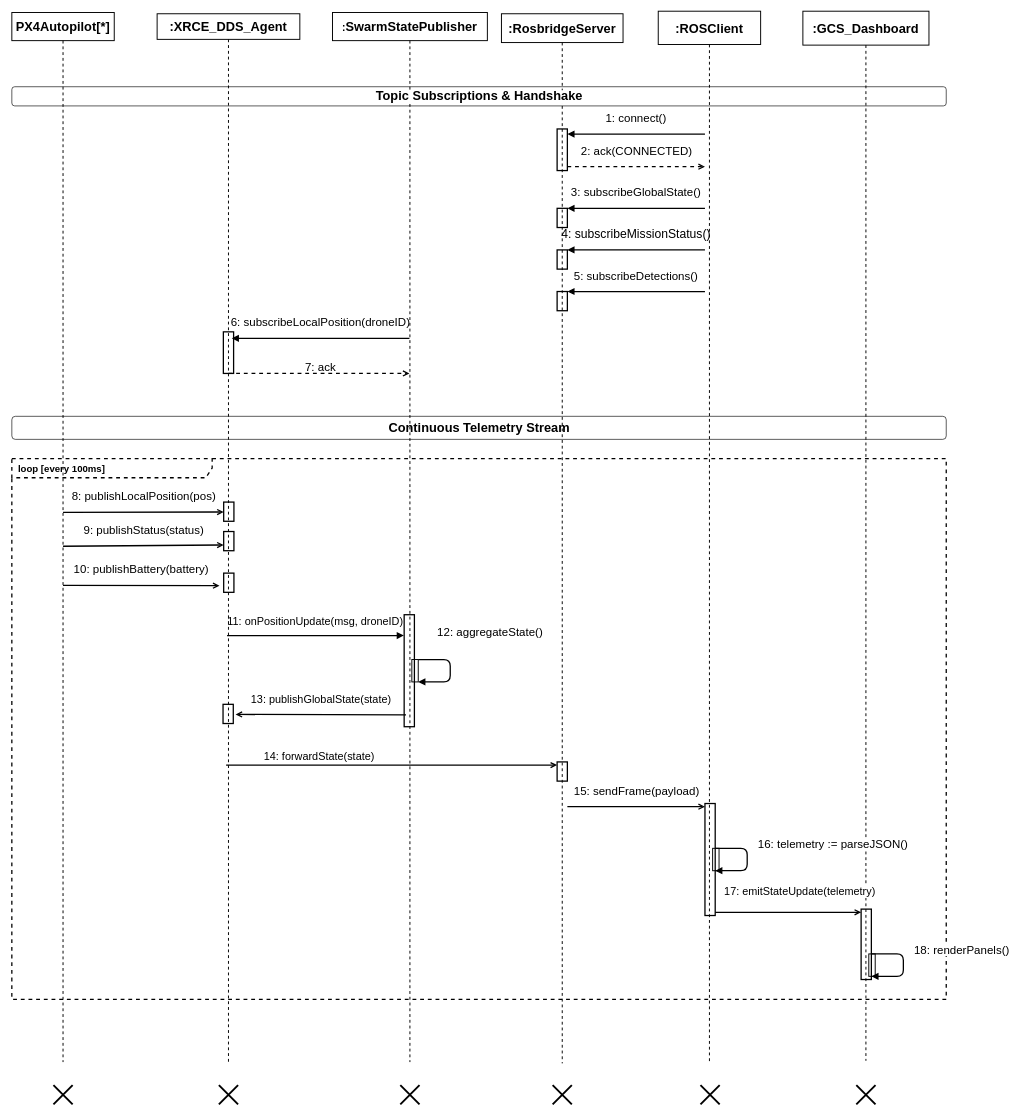
The draw.io diagram 12_sequence_telemetry.drawio in syedmohammad611/diagrams, before the edit. Source tidied: cells renumbered, new cells numbered last; positions are measured from the earlier drawing's top-left corner, leaving out a move shared by most shapes. Both pictures are drawn from the tidied source at 64%, with x=0, y=0 at pixel (12, 11).
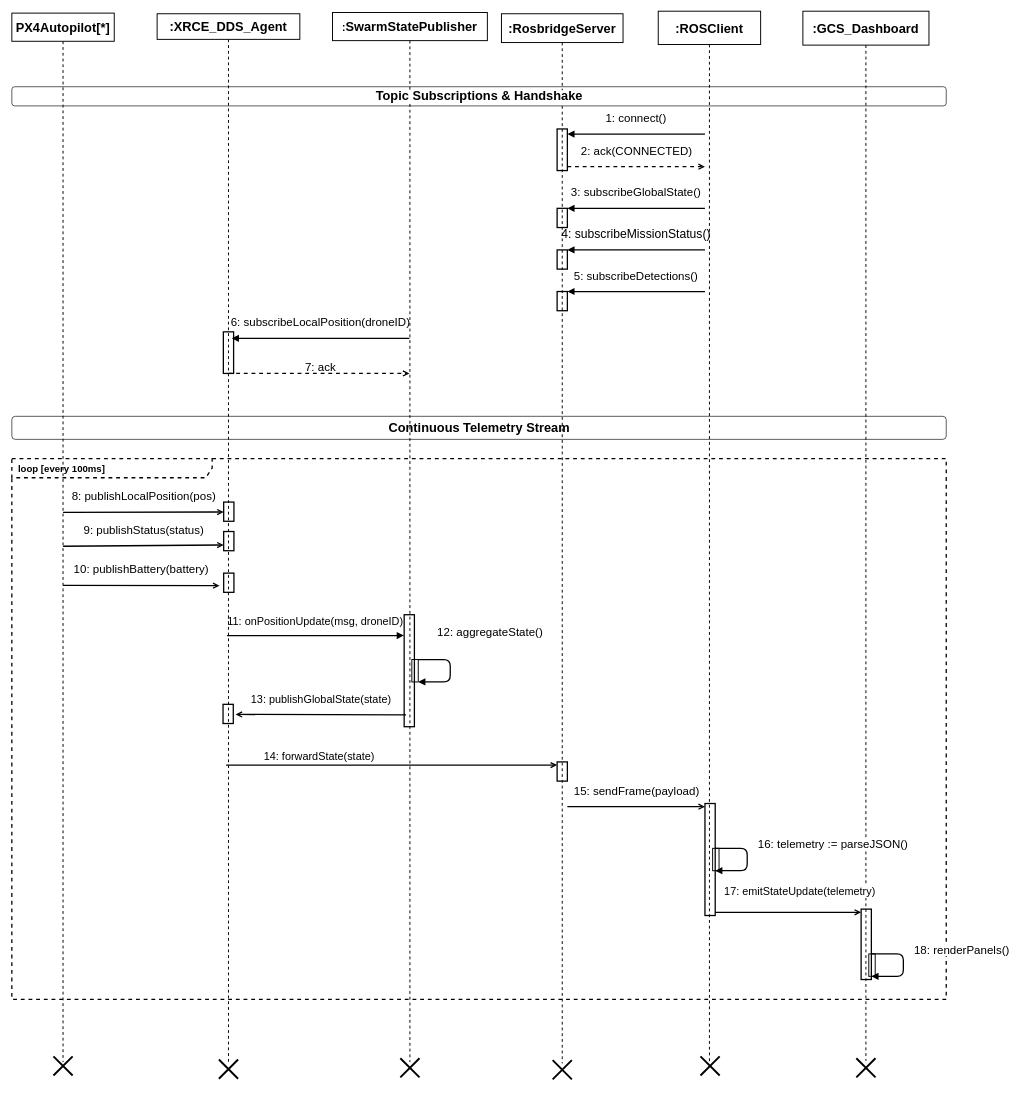
The same diagram, later.

The edit, as a diff of the source:
```diff
@@
-<mxGraphModel>
+<mxGraphModel background="#ffffff">
@@
     <mxCell id="4" value="&lt;b&gt;&lt;font style=&quot;font-size: 20px;&quot;&gt;PX4Autopilot[*]&lt;/font&gt;&lt;/b&gt;" style="shape=umlLifeline;perimeter=lifelinePerimeter;whiteSpace=wrap;html=1;fillColor=none;strokeColor=#000000;strokeWidth=1.5;fontStyle=1;fontFamily=Helvetica;fontColor=#000000;fontSize=16;size=44;" parent="1" vertex="1">
-      <mxGeometry y="2" width="160" height="1640" as="geometry" />
+      <mxGeometry y="3" width="160" height="1639" as="geometry" />
     </mxCell>
@@
     <mxCell id="45" style="shape=umlDestroy;whiteSpace=wrap;html=1;strokeWidth=3;targetShapes=umlLifeline;strokeColor=#000000;" parent="1" vertex="1">
-      <mxGeometry x="65" y="1678" width="30" height="30" as="geometry" />
+      <mxGeometry x="65" y="1633" width="30" height="30" as="geometry" />
     </mxCell>
     <mxCell id="46" style="shape=umlDestroy;whiteSpace=wrap;html=1;strokeWidth=3;targetShapes=umlLifeline;strokeColor=#000000;" parent="1" vertex="1">
-      <mxGeometry x="323.5" y="1678" width="30" height="30" as="geometry" />
+      <mxGeometry x="323.5" y="1638" width="30" height="30" as="geometry" />
     </mxCell>
     <mxCell id="47" style="shape=umlDestroy;whiteSpace=wrap;html=1;strokeWidth=3;targetShapes=umlLifeline;strokeColor=#000000;" parent="1" vertex="1">
-      <mxGeometry x="607" y="1678" width="30" height="30" as="geometry" />
+      <mxGeometry x="607" y="1636" width="30" height="30" as="geometry" />
     </mxCell>
     <mxCell id="48" style="shape=umlDestroy;whiteSpace=wrap;html=1;strokeWidth=3;targetShapes=umlLifeline;strokeColor=#000000;" parent="1" vertex="1">
-      <mxGeometry x="845" y="1678" width="30" height="30" as="geometry" />
+      <mxGeometry x="845" y="1639" width="30" height="30" as="geometry" />
     </mxCell>
     <mxCell id="49" style="shape=umlDestroy;whiteSpace=wrap;html=1;strokeWidth=3;targetShapes=umlLifeline;strokeColor=#000000;" parent="1" vertex="1">
-      <mxGeometry x="1076" y="1678" width="30" height="30" as="geometry" />
+      <mxGeometry x="1076" y="1633" width="30" height="30" as="geometry" />
     </mxCell>
     <mxCell id="50" style="shape=umlDestroy;whiteSpace=wrap;html=1;strokeWidth=3;targetShapes=umlLifeline;strokeColor=#000000;" parent="1" vertex="1">
-      <mxGeometry x="1319.5" y="1678" width="30" height="30" as="geometry" />
+      <mxGeometry x="1319.5" y="1636" width="30" height="30" as="geometry" />
     </mxCell>
```
